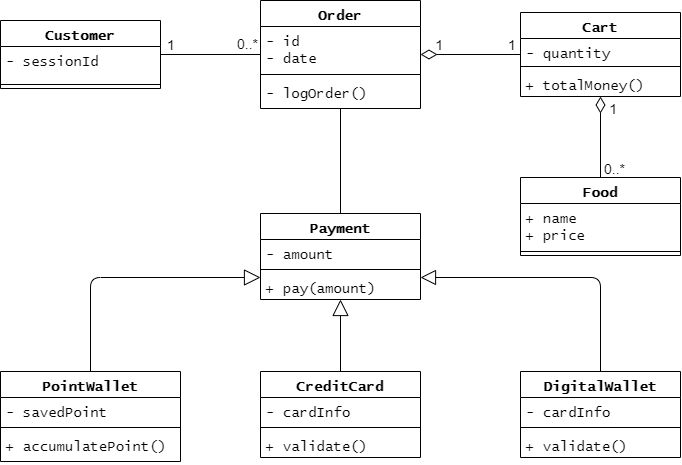
thanhtoan1742/OWCA_POS keeps this draw.io diagram as docs/images/class_purchase.png. Above is the earlier version. Source tidied: cells renumbered, new cells last; positions are measured from the earlier drawing's top-left corner, leaving out a move shared by most shapes.
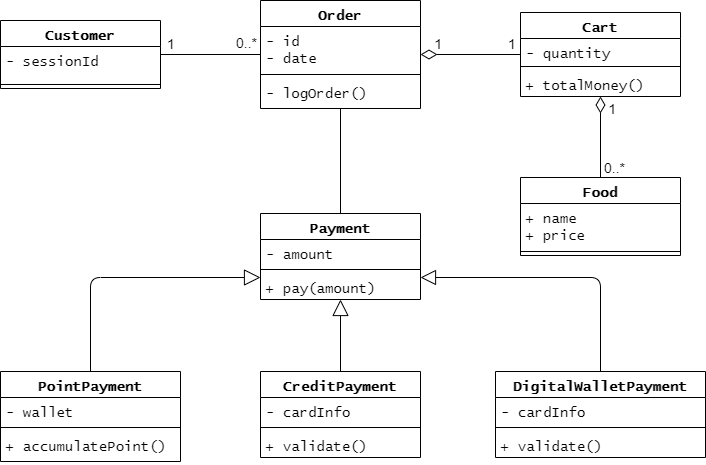
Above is the later version.

What changed in the source:
```diff
@@ -45,10 +45,10 @@
         </Array>
       </mxGeometry>
     </mxCell>
-    <mxCell id="15" value="PointWallet" style="swimlane;fontStyle=1;align=center;verticalAlign=top;horizontal=1;startSize=26;fontSize=14;fontFamily=Lucida Console;" parent="1" vertex="1">
+    <mxCell id="15" value="PointPayment" style="swimlane;fontStyle=1;align=center;verticalAlign=top;horizontal=1;startSize=26;fontSize=14;fontFamily=Lucida Console;" parent="1" vertex="1">
       <mxGeometry y="371" width="180" height="90" as="geometry" />
     </mxCell>
-    <mxCell id="16" value="- savedPoint" style="text;strokeColor=none;fillColor=none;align=left;verticalAlign=top;spacingLeft=4;spacingRight=4;overflow=hidden;fontSize=14;fontFamily=Lucida Console;" parent="15" vertex="1">
+    <mxCell id="16" value="- wallet" style="text;strokeColor=none;fillColor=none;align=left;verticalAlign=top;spacingLeft=4;spacingRight=4;overflow=hidden;fontSize=14;fontFamily=Lucida Console;" parent="15" vertex="1">
       <mxGeometry y="26" width="180" height="26" as="geometry" />
     </mxCell>
     <mxCell id="17" style="line;strokeWidth=1;fillColor=none;align=left;verticalAlign=middle;spacingTop=-1;spacingLeft=3;spacingRight=3;labelPosition=right;fontSize=14;fontFamily=Lucida Console;" parent="15" vertex="1">
@@ -60,7 +60,7 @@
     <mxCell id="19" style="edgeStyle=orthogonalEdgeStyle;html=1;fontFamily=Lucida Console;fontSize=14;endArrow=block;endFill=0;startSize=10;endSize=14;" parent="1" edge="1" source="20" target="29">
       <mxGeometry relative="1" as="geometry" />
     </mxCell>
-    <mxCell id="20" value="CreditCard" style="swimlane;fontStyle=1;align=center;verticalAlign=top;horizontal=1;startSize=26;fontSize=14;fontFamily=Lucida Console;" parent="1" vertex="1">
+    <mxCell id="20" value="CreditPayment" style="swimlane;fontStyle=1;align=center;verticalAlign=top;horizontal=1;startSize=26;fontSize=14;fontFamily=Lucida Console;" parent="1" vertex="1">
       <mxGeometry x="260" y="371" width="160" height="86" as="geometry" />
     </mxCell>
     <mxCell id="21" value="- cardInfo" style="text;strokeColor=none;fillColor=none;align=left;verticalAlign=top;spacingLeft=4;spacingRight=4;overflow=hidden;fontSize=14;fontFamily=Lucida Console;" parent="20" vertex="1">
@@ -79,17 +79,17 @@
         </Array>
       </mxGeometry>
     </mxCell>
-    <mxCell id="25" value="DigitalWallet" style="swimlane;fontStyle=1;align=center;verticalAlign=top;horizontal=1;startSize=26;fontSize=14;fontFamily=Lucida Console;" parent="1" vertex="1">
-      <mxGeometry x="520" y="371" width="160" height="86" as="geometry" />
+    <mxCell id="25" value="DigitalWalletPayment" style="swimlane;fontStyle=1;align=center;verticalAlign=top;horizontal=1;startSize=26;fontSize=14;fontFamily=Lucida Console;" parent="1" vertex="1">
+      <mxGeometry x="495" y="371" width="210" height="86" as="geometry" />
     </mxCell>
     <mxCell id="26" value="- cardInfo" style="text;strokeColor=none;fillColor=none;align=left;verticalAlign=top;spacingLeft=4;spacingRight=4;overflow=hidden;fontSize=14;fontFamily=Lucida Console;" parent="25" vertex="1">
-      <mxGeometry y="26" width="160" height="26" as="geometry" />
+      <mxGeometry y="26" width="210" height="26" as="geometry" />
     </mxCell>
     <mxCell id="27" style="line;strokeWidth=1;fillColor=none;align=left;verticalAlign=middle;spacingTop=-1;spacingLeft=3;spacingRight=3;labelPosition=right;fontSize=14;fontFamily=Lucida Console;" parent="25" vertex="1">
-      <mxGeometry y="52" width="160" height="8" as="geometry" />
+      <mxGeometry y="52" width="210" height="8" as="geometry" />
     </mxCell>
     <mxCell id="28" value="+ validate()" style="text;strokeColor=none;fillColor=none;align=left;verticalAlign=top;spacingLeft=4;spacingRight=4;overflow=hidden;fontSize=14;fontFamily=Lucida Console;" parent="25" vertex="1">
-      <mxGeometry y="60" width="160" height="26" as="geometry" />
+      <mxGeometry y="60" width="210" height="26" as="geometry" />
     </mxCell>
     <mxCell id="29" value="Payment" style="swimlane;fontStyle=1;align=center;verticalAlign=top;horizontal=1;startSize=26;fontSize=14;fontFamily=Lucida Console;" parent="1" vertex="1">
       <mxGeometry x="260" y="213" width="160" height="86" as="geometry" />
```
